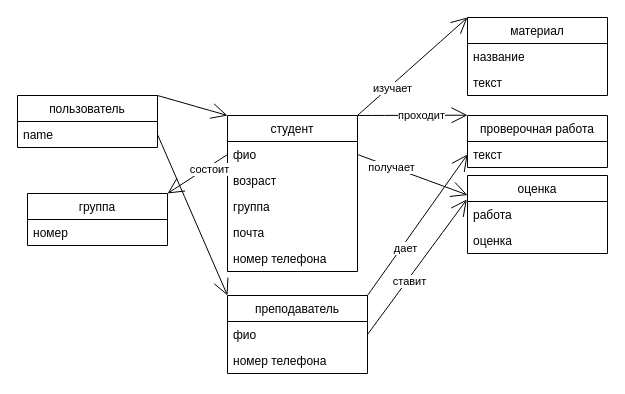
Above: page "бд_физ" (3 of 3) of дорожная карта.drawio in yanelena/diagrams (draw.io), before the change. Source tidied: cells renumbered, new cells numbered last; positions are measured from the earlier drawing's top-left corner, leaving out a move shared by most shapes. Both pictures are drawn from the tidied source at 100%, with x=0, y=0 at pixel (17, 17).
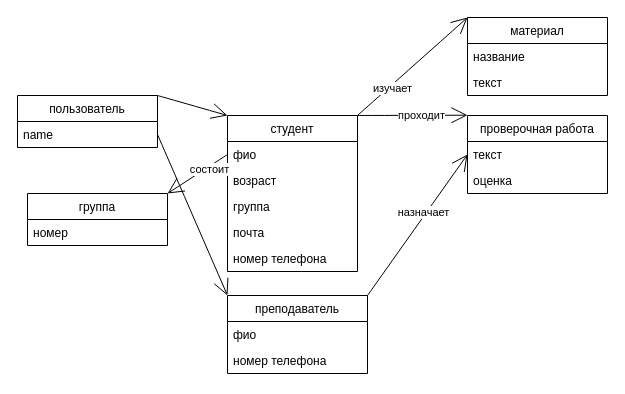
After the change.

Unchanged cells that the change refers to:
```xml
<mxCell id="10" value="фио" style="text;strokeColor=none;fillColor=none;align=left;verticalAlign=top;spacingLeft=4;spacingRight=4;overflow=hidden;points=[[0,0.5],[1,0.5]];portConstraint=eastwest;" parent="9" vertex="1">
  <mxGeometry y="26" width="130" height="26" as="geometry" />
</mxCell>
<mxCell id="22" style="edgeStyle=none;curved=1;rounded=0;jettySize=auto;html=1;exitX=1;exitY=0;exitDx=0;exitDy=0;entryX=0;entryY=0.5;entryDx=0;entryDy=0;endArrow=open;startSize=14;endSize=14;sourcePerimeterSpacing=8;targetPerimeterSpacing=8;" parent="1" edge="1" source="24" target="16">
  <mxGeometry relative="1" as="geometry" />
</mxCell>
<mxCell id="25" value="фио" style="text;strokeColor=none;fillColor=none;align=left;verticalAlign=top;spacingLeft=4;spacingRight=4;overflow=hidden;points=[[0,0.5],[1,0.5]];portConstraint=eastwest;" parent="24" vertex="1">
  <mxGeometry y="26" width="140" height="26" as="geometry" />
</mxCell>
```

The edit, as a diff of the source:
```diff
@@
     <mxCell id="15" value="проверочная работа" style="swimlane;fontStyle=0;horizontal=1;startSize=26;fillColor=none;hachureGap=4;" parent="1" vertex="1">
-      <mxGeometry x="450" y="98" width="140" height="52" as="geometry" />
+      <mxGeometry x="450" y="98" width="140" height="78" as="geometry" />
     </mxCell>
@@
-    <mxCell id="17" value="оценка" style="swimlane;fontStyle=0;horizontal=1;startSize=26;fillColor=none;hachureGap=4;" parent="1" vertex="1">
-      <mxGeometry x="450" y="158" width="140" height="78" as="geometry" />
-    </mxCell>
-    <mxCell id="18" value="работа" style="text;strokeColor=none;fillColor=none;align=left;verticalAlign=top;spacingLeft=4;spacingRight=4;overflow=hidden;points=[[0,0.5],[1,0.5]];portConstraint=eastwest;" parent="17" vertex="1">
-      <mxGeometry y="26" width="140" height="26" as="geometry" />
-    </mxCell>
-    <mxCell id="19" value="оценка" style="text;strokeColor=none;fillColor=none;align=left;verticalAlign=top;spacingLeft=4;spacingRight=4;overflow=hidden;" parent="17" vertex="1">
-      <mxGeometry y="52" width="140" height="26" as="geometry" />
-    </mxCell>
-    <mxCell id="20" style="edgeStyle=none;curved=1;rounded=0;jettySize=auto;html=1;exitX=1;exitY=0.5;exitDx=0;exitDy=0;entryX=0;entryY=0.25;entryDx=0;entryDy=0;endArrow=open;startSize=14;endSize=14;sourcePerimeterSpacing=8;targetPerimeterSpacing=8;" parent="1" edge="1" source="10" target="17">
-      <mxGeometry relative="1" as="geometry" />
-    </mxCell>
-    <mxCell id="21" value="получает" style="edgeLabel;html=1;align=center;verticalAlign=middle;" parent="20" vertex="1">
-      <mxGeometry x="-0.39" relative="1" as="geometry" />
-    </mxCell>
+    <mxCell id="37" value="оценка&#10;" style="text;strokeColor=none;fillColor=none;align=left;verticalAlign=top;spacingLeft=4;spacingRight=4;overflow=hidden;" parent="15" vertex="1">
+      <mxGeometry y="52" width="140" height="26" as="geometry" />
+    </mxCell>
@@
-    <mxCell id="23" value="дает" style="edgeLabel;html=1;align=center;verticalAlign=middle;" parent="22" vertex="1">
-      <mxGeometry x="-0.31" y="-3" relative="1" as="geometry" />
-    </mxCell>
+    <mxCell id="38" value="назначает" style="edgeLabel;html=1;align=center;verticalAlign=middle;" parent="22" vertex="1">
+      <mxGeometry x="0.16" y="3" relative="1" as="geometry" />
+    </mxCell>
@@
-    <mxCell id="28" style="edgeStyle=none;curved=1;rounded=0;jettySize=auto;html=1;exitX=1;exitY=0.5;exitDx=0;exitDy=0;entryX=-0.005;entryY=-0.077;entryDx=0;entryDy=0;entryPerimeter=0;endArrow=open;startSize=14;endSize=14;sourcePerimeterSpacing=8;targetPerimeterSpacing=8;" parent="1" edge="1" source="25" target="18">
-      <mxGeometry relative="1" as="geometry" />
-    </mxCell>
-    <mxCell id="29" value="ставит" style="edgeLabel;html=1;align=center;verticalAlign=middle;" parent="28" vertex="1">
-      <mxGeometry x="-0.19" y="-1" relative="1" as="geometry">
-        <mxPoint y="1" as="offset" />
-      </mxGeometry>
-    </mxCell>
```
